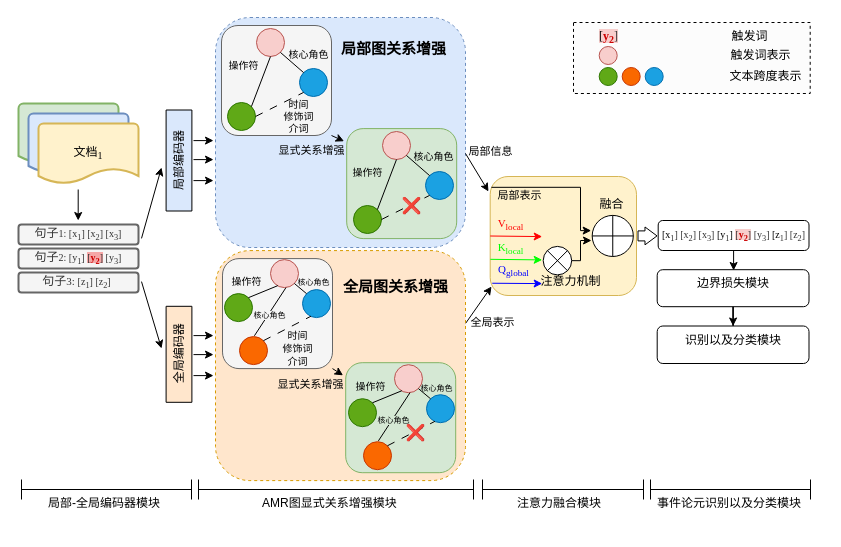
Before: work1/model-中文版.drawio in crawlerWPS/drawing, a draw.io diagram. Source tidied: cells renumbered, new cells numbered last; positions are measured from the earlier drawing's top-left corner, leaving out a move shared by most shapes. Both pictures are drawn from the tidied source at 100%, with x=0, y=0 at pixel (18, 17).
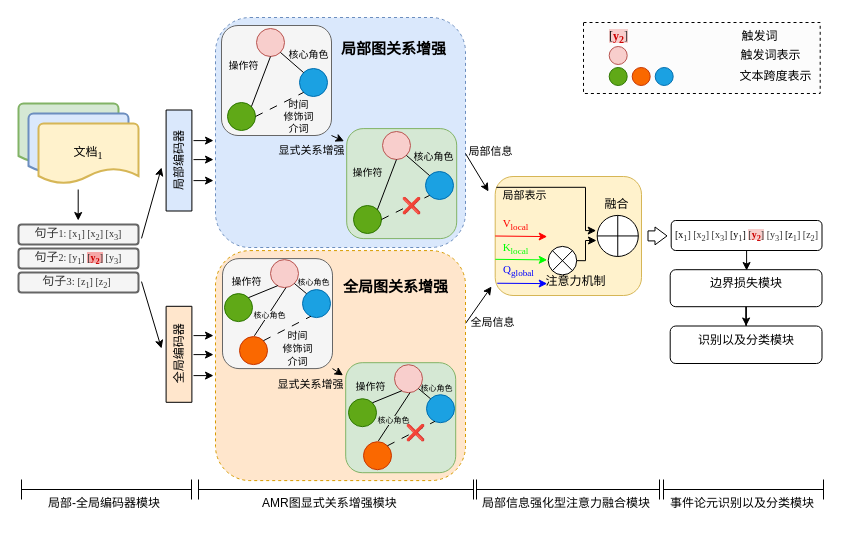
The same page after the edit.

Commit message:
更新model-中文版.drawio

The change refers to these unchanged cells:
```xml
<mxCell id="10" style="edgeStyle=none;orthogonalLoop=1;jettySize=auto;html=1;rounded=0;" parent="1" edge="1">
  <mxGeometry relative="1" as="geometry">
    <mxPoint x="447" y="306" as="sourcePoint" />
    <mxPoint x="473" y="269" as="targetPoint" />
  </mxGeometry>
</mxCell>
```

Diff of the diagram source:
```diff
@@
-    <mxCell id="11" value="&lt;font face=&quot;宋体-简&quot;&gt;全局表示&lt;/font&gt;" style="edgeLabel;html=1;align=center;verticalAlign=middle;labelBackgroundColor=none;" parent="10" vertex="1">
+    <mxCell id="11" value="&lt;font face=&quot;宋体-简&quot;&gt;全局信息&lt;/font&gt;" style="edgeLabel;html=1;align=center;verticalAlign=middle;labelBackgroundColor=none;" parent="10" vertex="1">
       <mxGeometry x="-0.25" y="2" relative="1" as="geometry">
         <mxPoint x="18" y="14" as="offset" />
       </mxGeometry>
     </mxCell>
@@
     <mxCell id="29" value="&lt;font face=&quot;Times New Roman&quot; style=&quot;font-size: 10px;&quot;&gt;[x&lt;sub style=&quot;border-color: var(--border-color); color: rgb(51, 51, 51);&quot;&gt;1&lt;/sub&gt;&lt;span style=&quot;color: rgb(51, 51, 51);&quot;&gt;] [x&lt;/span&gt;&lt;sub style=&quot;border-color: var(--border-color); color: rgb(51, 51, 51);&quot;&gt;2&lt;/sub&gt;&lt;span style=&quot;color: rgb(51, 51, 51);&quot;&gt;] [x&lt;/span&gt;&lt;sub style=&quot;border-color: var(--border-color); color: rgb(51, 51, 51);&quot;&gt;3&lt;/sub&gt;&lt;span style=&quot;color: rgb(51, 51, 51);&quot;&gt;]&amp;nbsp;&lt;/span&gt;[y&lt;sub style=&quot;border-color: var(--border-color); color: rgb(51, 51, 51);&quot;&gt;1&lt;/sub&gt;]&amp;nbsp;&lt;span style=&quot;background-color: rgb(248, 206, 204);&quot;&gt;&lt;span style=&quot;color: rgb(51, 51, 51);&quot;&gt;[&lt;/span&gt;&lt;font style=&quot;border-color: var(--border-color); font-size: 10px;&quot; color=&quot;#cc0000&quot;&gt;&lt;b style=&quot;border-color: var(--border-color);&quot;&gt;y&lt;sub style=&quot;border-color: var(--border-color);&quot;&gt;2&lt;/sub&gt;&lt;/b&gt;&lt;/font&gt;&lt;span style=&quot;color: rgb(51, 51, 51);&quot;&gt;]&lt;/span&gt;&lt;/span&gt;&lt;span style=&quot;color: rgb(51, 51, 51);&quot;&gt;&amp;nbsp;[y&lt;/span&gt;&lt;sub style=&quot;border-color: var(--border-color); color: rgb(51, 51, 51);&quot;&gt;3&lt;/sub&gt;&lt;span style=&quot;color: rgb(51, 51, 51);&quot;&gt;]&lt;/span&gt;&amp;nbsp;[z&lt;sub style=&quot;border-color: var(--border-color); color: rgb(51, 51, 51);&quot;&gt;1&lt;/sub&gt;&lt;span style=&quot;color: rgb(51, 51, 51);&quot;&gt;] [z&lt;/span&gt;&lt;sub style=&quot;border-color: var(--border-color); color: rgb(51, 51, 51);&quot;&gt;2&lt;/sub&gt;&lt;span style=&quot;color: rgb(51, 51, 51);&quot;&gt;]&lt;/span&gt;&lt;/font&gt;" style="rounded=1;whiteSpace=wrap;html=1;verticalAlign=top;" parent="1" vertex="1">
-      <mxGeometry x="639.7" y="203" width="150.8" height="30" as="geometry" />
+      <mxGeometry x="652.7" y="203" width="150.8" height="30" as="geometry" />
     </mxCell>
@@
     <mxCell id="31" value="&lt;font face=&quot;宋体-简&quot;&gt;边界损失模块&lt;/font&gt;" style="whiteSpace=wrap;html=1;verticalAlign=top;rounded=1;" parent="1" vertex="1">
-      <mxGeometry x="638.7" y="252.2" width="151.8" height="37" as="geometry" />
+      <mxGeometry x="651.7" y="252.2" width="151.8" height="37" as="geometry" />
     </mxCell>
     <mxCell id="32" value="&lt;font face=&quot;宋体-简&quot;&gt;识别以及分类模块&lt;/font&gt;" style="whiteSpace=wrap;html=1;verticalAlign=top;rounded=1;" parent="1" vertex="1">
-      <mxGeometry x="638.7" y="308.5" width="151.8" height="37.5" as="geometry" />
+      <mxGeometry x="651.7" y="308.5" width="151.8" height="37.5" as="geometry" />
     </mxCell>
     <mxCell id="33" style="rounded=0;whiteSpace=wrap;html=1;fillColor=#fcfcfc;dashed=1;strokeColor=default;glass=0;" parent="1" vertex="1">
-      <mxGeometry x="555" y="5" width="236.7" height="71" as="geometry" />
+      <mxGeometry x="565" y="5" width="236.7" height="71" as="geometry" />
     </mxCell>
     <mxCell id="34" style="ellipse;whiteSpace=wrap;html=1;fillColor=#f8cecc;strokeColor=#b85450;" parent="1" vertex="1">
-      <mxGeometry x="580.7" y="29" width="18" height="18" as="geometry" />
+      <mxGeometry x="590.7" y="29" width="18" height="18" as="geometry" />
     </mxCell>
     <mxCell id="35" value="&lt;font face=&quot;宋体-简&quot;&gt;触发词表示&lt;/font&gt;" style="text;html=1;strokeColor=none;fillColor=none;align=center;verticalAlign=middle;whiteSpace=wrap;rounded=0;" parent="1" vertex="1">
-      <mxGeometry x="706.7" y="23" width="71" height="30" as="geometry" />
+      <mxGeometry x="716.7" y="23" width="71" height="30" as="geometry" />
     </mxCell>
     <mxCell id="36" value="&lt;span style=&quot;background-color: rgb(248, 206, 204);&quot;&gt;&lt;font face=&quot;Times New Roman&quot;&gt;[&lt;font style=&quot;border-color: var(--border-color);&quot; color=&quot;#cc0000&quot;&gt;&lt;b style=&quot;border-color: var(--border-color);&quot;&gt;y&lt;sub style=&quot;border-color: var(--border-color);&quot;&gt;2&lt;/sub&gt;&lt;/b&gt;&lt;/font&gt;&lt;span style=&quot;color: rgb(51, 51, 51);&quot;&gt;]&lt;/span&gt;&lt;/font&gt;&lt;/span&gt;" style="text;html=1;strokeColor=none;fillColor=none;align=center;verticalAlign=middle;whiteSpace=wrap;rounded=0;" parent="1" vertex="1">
-      <mxGeometry x="575.2" y="5" width="31" height="30" as="geometry" />
+      <mxGeometry x="585.2" y="5" width="31" height="30" as="geometry" />
     </mxCell>
     <mxCell id="37" value="&lt;font face=&quot;宋体-简&quot;&gt;触发词&lt;/font&gt;" style="text;html=1;strokeColor=none;fillColor=none;align=center;verticalAlign=middle;whiteSpace=wrap;rounded=0;" parent="1" vertex="1">
-      <mxGeometry x="695.7" y="4" width="71" height="30" as="geometry" />
+      <mxGeometry x="705.7" y="4" width="71" height="30" as="geometry" />
     </mxCell>
     <mxCell id="38" style="ellipse;whiteSpace=wrap;html=1;fillColor=#60a917;fontColor=#ffffff;strokeColor=#2D7600;" parent="1" vertex="1">
-      <mxGeometry x="580.7" y="50" width="18" height="18" as="geometry" />
+      <mxGeometry x="590.7" y="50" width="18" height="18" as="geometry" />
     </mxCell>
     <mxCell id="39" style="ellipse;whiteSpace=wrap;html=1;fillColor=#fa6800;fontColor=#000000;strokeColor=#C73500;" parent="1" vertex="1">
-      <mxGeometry x="603.7" y="50" width="18" height="18" as="geometry" />
+      <mxGeometry x="613.7" y="50" width="18" height="18" as="geometry" />
     </mxCell>
     <mxCell id="40" style="ellipse;whiteSpace=wrap;html=1;fillColor=#1ba1e2;fontColor=#ffffff;strokeColor=#006EAF;" parent="1" vertex="1">
-      <mxGeometry x="626.7" y="50" width="18" height="18" as="geometry" />
+      <mxGeometry x="636.7" y="50" width="18" height="18" as="geometry" />
     </mxCell>
     <mxCell id="41" value="&lt;font face=&quot;宋体-简&quot;&gt;文本跨度表示&lt;/font&gt;" style="text;html=1;strokeColor=none;fillColor=none;align=center;verticalAlign=middle;whiteSpace=wrap;rounded=0;" parent="1" vertex="1">
-      <mxGeometry x="706.7" y="47" width="81" height="24" as="geometry" />
+      <mxGeometry x="716.7" y="47" width="81" height="24" as="geometry" />
     </mxCell>
@@
     <mxCell id="43" style="rounded=1;whiteSpace=wrap;html=1;fillColor=#fff2cc;strokeColor=#d6b656;" parent="1" vertex="1">
-      <mxGeometry x="471.7" y="159" width="146.3" height="119" as="geometry" />
+      <mxGeometry x="476.7" y="159" width="146.3" height="119" as="geometry" />
     </mxCell>
     <mxCell id="44" style="endArrow=classic;html=1;rounded=0;strokeColor=#ff0000;exitX=0;exitY=0.5;exitDx=0;exitDy=0;" parent="1" edge="1" source="43">
       <mxGeometry relative="1" as="geometry">
-        <mxPoint x="523.7" y="219.1" as="targetPoint" />
+        <mxPoint x="528.7" y="219.1" as="targetPoint" />
       </mxGeometry>
     </mxCell>
@@
     <mxCell id="46" style="endArrow=classic;html=1;rounded=0;strokeColor=#0000ff;exitX=0.014;exitY=0.897;exitDx=0;exitDy=0;exitPerimeter=0;" parent="1" edge="1" source="43">
       <mxGeometry relative="1" as="geometry">
-        <mxPoint x="523.7" y="266.1" as="targetPoint" />
+        <mxPoint x="528.7" y="266.1" as="targetPoint" />
       </mxGeometry>
     </mxCell>
@@
     <mxCell id="48" style="endArrow=classic;html=1;rounded=0;edgeStyle=orthogonalEdgeStyle;exitX=0.008;exitY=0.091;exitDx=0;exitDy=0;exitPerimeter=0;" parent="1" edge="1" source="43">
       <mxGeometry relative="1" as="geometry">
-        <mxPoint x="572.7" y="213.1" as="targetPoint" />
+        <mxPoint x="577.7" y="213.1" as="targetPoint" />
         <Array as="points">
-          <mxPoint x="562" y="170" />
-          <mxPoint x="562" y="213" />
+          <mxPoint x="567" y="170" />
+          <mxPoint x="567" y="213" />
         </Array>
       </mxGeometry>
     </mxCell>
@@
     <mxCell id="50" style="shape=sumEllipse;perimeter=ellipsePerimeter;whiteSpace=wrap;html=1;backgroundOutline=1;" parent="1" vertex="1">
-      <mxGeometry x="524.7" y="228.9" width="28.5" height="28.5" as="geometry" />
+      <mxGeometry x="529.7" y="228.9" width="28.5" height="28.5" as="geometry" />
     </mxCell>
     <mxCell id="51" style="shape=orEllipse;perimeter=ellipsePerimeter;whiteSpace=wrap;html=1;backgroundOutline=1;" parent="1" vertex="1">
-      <mxGeometry x="573.7" y="197.9" width="41.1" height="41.1" as="geometry" />
+      <mxGeometry x="578.7" y="197.9" width="41.1" height="41.1" as="geometry" />
     </mxCell>
     <mxCell id="52" style="endArrow=classic;html=1;rounded=0;strokeColor=#00ff00;exitX=0.001;exitY=0.696;exitDx=0;exitDy=0;exitPerimeter=0;" parent="1" edge="1" source="43">
       <mxGeometry relative="1" as="geometry">
-        <mxPoint x="523.7" y="242.4" as="targetPoint" />
+        <mxPoint x="528.7" y="242.4" as="targetPoint" />
       </mxGeometry>
     </mxCell>
@@
     <mxCell id="54" value="&lt;font face=&quot;宋体-简&quot;&gt;注意力机制&lt;/font&gt;" style="text;html=1;align=center;verticalAlign=middle;strokeColor=none;fillColor=none;" parent="1" vertex="1">
-      <mxGeometry x="511.7" y="249" width="80" height="30" as="geometry" />
+      <mxGeometry x="516.7" y="249" width="80" height="30" as="geometry" />
     </mxCell>
     <mxCell id="55" style="edgeStyle=orthogonalEdgeStyle;rounded=0;jettySize=auto;html=1;exitX=1;exitY=0.5;exitDx=0;exitDy=0;" parent="1" edge="1" source="50">
       <mxGeometry relative="1" as="geometry">
-        <mxPoint x="573" y="223" as="targetPoint" />
+        <mxPoint x="578" y="223" as="targetPoint" />
         <Array as="points">
-          <mxPoint x="562" y="243" />
-          <mxPoint x="562" y="223" />
+          <mxPoint x="567" y="243" />
+          <mxPoint x="567" y="223" />
         </Array>
       </mxGeometry>
     </mxCell>
     <mxCell id="56" style="shape=flexArrow;endArrow=classic;html=1;rounded=0;endWidth=6.857142857142857;endSize=3.6685714285714286;" parent="1" edge="1">
       <mxGeometry relative="1" as="geometry">
-        <mxPoint x="619" y="218.4" as="sourcePoint" />
-        <mxPoint x="639" y="218.4" as="targetPoint" />
+        <mxPoint x="629" y="218.4" as="sourcePoint" />
+        <mxPoint x="649" y="218.4" as="targetPoint" />
       </mxGeometry>
     </mxCell>
     <mxCell id="57" value="&lt;font face=&quot;宋体-简&quot;&gt;融合&lt;/font&gt;" style="text;html=1;align=center;verticalAlign=middle;strokeColor=none;fillColor=none;" parent="1" vertex="1">
-      <mxGeometry x="567.7" y="172" width="50" height="30" as="geometry" />
+      <mxGeometry x="572.7" y="172" width="50" height="30" as="geometry" />
     </mxCell>
@@
     <mxCell id="101" style="shape=crossbar;whiteSpace=wrap;html=1;rounded=1;" parent="1" vertex="1">
-      <mxGeometry x="464" y="462" width="161" height="20" as="geometry" />
+      <mxGeometry x="458" y="462" width="183" height="20" as="geometry" />
     </mxCell>
-    <mxCell id="102" value="&lt;span style=&quot;color: rgb(0, 0, 0); font-style: normal; font-variant-ligatures: normal; font-variant-caps: normal; font-weight: 400; letter-spacing: normal; orphans: 2; text-align: center; text-indent: 0px; text-transform: none; widows: 2; word-spacing: 0px; -webkit-text-stroke-width: 0px; background-color: rgb(255, 255, 255); text-decoration-thickness: initial; text-decoration-style: initial; text-decoration-color: initial; float: none; display: inline !important;&quot;&gt;&lt;font face=&quot;宋体-简&quot; style=&quot;font-size: 12px;&quot;&gt;注意力融合模块&lt;/font&gt;&lt;/span&gt;" style="text;whiteSpace=wrap;html=1;" parent="1" vertex="1">
-      <mxGeometry x="497" y="472" width="115" height="40" as="geometry" />
+    <mxCell id="102" value="&lt;font face=&quot;宋体-简&quot;&gt;局部信息强化型注意力融合模块&lt;/font&gt;" style="text;whiteSpace=wrap;html=1;" parent="1" vertex="1">
+      <mxGeometry x="462" y="472" width="170" height="40" as="geometry" />
     </mxCell>
     <mxCell id="103" style="shape=crossbar;whiteSpace=wrap;html=1;rounded=1;" parent="1" vertex="1">
-      <mxGeometry x="632" y="462" width="160" height="20" as="geometry" />
+      <mxGeometry x="645" y="462" width="160" height="20" as="geometry" />
     </mxCell>
     <mxCell id="104" value="&lt;font face=&quot;宋体-简&quot;&gt;事件论元识别以及分类模块&lt;/font&gt;" style="text;whiteSpace=wrap;html=1;" parent="1" vertex="1">
-      <mxGeometry x="637" y="472" width="153" height="40" as="geometry" />
+      <mxGeometry x="650" y="472" width="153" height="40" as="geometry" />
     </mxCell>
```
